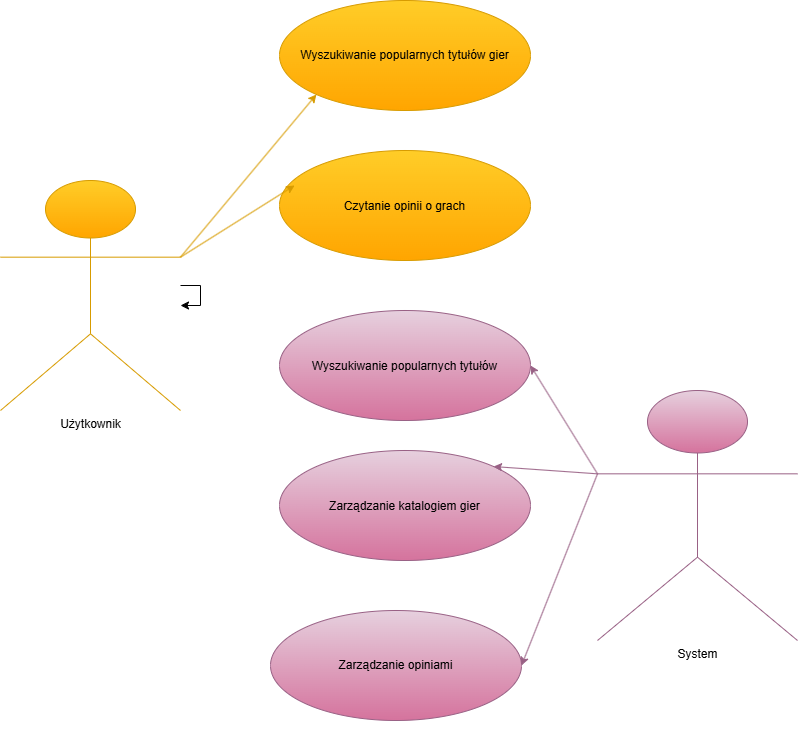
Glurek13/Bartek-wojcik-projekt keeps this draw.io diagram as diagramy/przypadki użycia/GameZone.drawio.png. Above is the earlier version. Source tidied: cells renumbered, new cells last; positions are measured from the earlier drawing's top-left corner, leaving out a move shared by most shapes. Its diagram source:
```xml
<mxGraphModel>
  <root>
    <mxCell id="0" />
    <mxCell id="1" parent="0" />
    <mxCell id="2" value="&lt;div style=&quot;&quot;&gt;&lt;br&gt;&lt;/div&gt;&lt;div style=&quot;&quot;&gt;&lt;br&gt;&lt;/div&gt;&lt;div style=&quot;&quot;&gt;Wyszukiwanie popularnych tytułów gier&lt;/div&gt;" style="ellipse;whiteSpace=wrap;html=1;shapeInside=1;fillColor=#ffcd28;strokeColor=#d79b00;gradientColor=#ffa500;" parent="1" vertex="1">
      <mxGeometry x="279" width="251" height="110" as="geometry" />
    </mxCell>
    <mxCell id="3" value="&lt;div&gt;&lt;br&gt;&lt;/div&gt;&lt;div&gt;&lt;br&gt;&lt;/div&gt;&lt;div&gt;&lt;br&gt;&lt;/div&gt;&lt;div&gt;Czytanie opinii o grach&lt;/div&gt;" style="ellipse;whiteSpace=wrap;html=1;shapeInside=1;fillColor=#ffcd28;gradientColor=#ffa500;strokeColor=#d79b00;" parent="1" vertex="1">
      <mxGeometry x="279" y="150" width="251" height="110" as="geometry" />
    </mxCell>
    <mxCell id="4" value="Wyszukiwanie popularnych tytułów" style="ellipse;whiteSpace=wrap;html=1;shapeInside=1;fillColor=#e6d0de;gradientColor=#d5739d;strokeColor=#996185;" parent="1" vertex="1">
      <mxGeometry x="279" y="310" width="251" height="110" as="geometry" />
    </mxCell>
    <mxCell id="5" value="&lt;div&gt;&lt;br&gt;&lt;/div&gt;&lt;div&gt;&lt;br&gt;&lt;/div&gt;&lt;div&gt;&lt;br&gt;&lt;/div&gt;&lt;div&gt;Zarządzanie katalogiem gier&lt;/div&gt;" style="ellipse;whiteSpace=wrap;html=1;shapeInside=1;fillColor=#e6d0de;gradientColor=#d5739d;strokeColor=#996185;" parent="1" vertex="1">
      <mxGeometry x="279" y="450" width="251" height="110" as="geometry" />
    </mxCell>
    <mxCell id="6" value="&lt;div&gt;&lt;br&gt;&lt;/div&gt;&lt;div&gt;&lt;div&gt;&lt;br&gt;&lt;/div&gt;&lt;div&gt;&lt;br&gt;&lt;/div&gt;&lt;div&gt;&lt;br&gt;&lt;/div&gt;&lt;div&gt;Zarządzanie opiniami&lt;/div&gt;&lt;/div&gt;" style="ellipse;whiteSpace=wrap;html=1;shapeInside=1;fillColor=#e6d0de;gradientColor=#d5739d;strokeColor=#996185;" parent="1" vertex="1">
      <mxGeometry x="270" y="610" width="251" height="110" as="geometry" />
    </mxCell>
    <mxCell id="7" value="Użytkownik" style="shape=umlActor;verticalLabelPosition=bottom;verticalAlign=top;html=1;outlineConnect=0;fillColor=#ffcd28;strokeColor=#d79b00;gradientColor=#ffa500;" parent="1" vertex="1">
      <mxGeometry y="180" width="180" height="230" as="geometry" />
    </mxCell>
    <mxCell id="8" value="System&lt;div&gt;&lt;br&gt;&lt;/div&gt;" style="shape=umlActor;verticalLabelPosition=bottom;verticalAlign=top;html=1;outlineConnect=0;fillColor=#e6d0de;strokeColor=#996185;gradientColor=#d5739d;" parent="1" vertex="1">
      <mxGeometry x="597" y="390" width="200" height="250" as="geometry" />
    </mxCell>
    <mxCell id="9" style="endArrow=classic;html=1;rounded=0;entryX=0;entryY=1;entryDx=0;entryDy=0;exitX=1;exitY=0.3333333333333333;exitDx=0;exitDy=0;exitPerimeter=0;fillColor=#ffcd28;gradientColor=#ffa500;strokeColor=#d79b00;" parent="1" edge="1" source="7" target="2">
      <mxGeometry relative="1" as="geometry" />
    </mxCell>
    <mxCell id="10" style="endArrow=classic;html=1;rounded=0;entryX=0.06;entryY=0.318;entryDx=0;entryDy=0;exitX=1;exitY=0.3333333333333333;exitDx=0;exitDy=0;exitPerimeter=0;entryPerimeter=0;fillColor=#ffcd28;gradientColor=#ffa500;strokeColor=#d79b00;" parent="1" edge="1" source="7" target="3">
      <mxGeometry relative="1" as="geometry" />
    </mxCell>
    <mxCell id="11" style="edgeStyle=orthogonalEdgeStyle;rounded=0;orthogonalLoop=1;jettySize=auto;html=1;innerLoopWaypoints=1;" parent="1" edge="1" source="7" target="7">
      <mxGeometry relative="1" as="geometry" />
    </mxCell>
    <mxCell id="12" style="endArrow=classic;html=1;rounded=0;entryX=1;entryY=0;entryDx=0;entryDy=0;exitX=0;exitY=0.3333333333333333;exitDx=0;exitDy=0;exitPerimeter=0;fillColor=#e6d0de;gradientColor=#d5739d;strokeColor=#996185;" parent="1" edge="1" source="8" target="5">
      <mxGeometry relative="1" as="geometry" />
    </mxCell>
    <mxCell id="13" style="endArrow=classic;html=1;rounded=0;exitX=0;exitY=0.3333333333333333;exitDx=0;exitDy=0;exitPerimeter=0;entryX=1;entryY=0.5;entryDx=0;entryDy=0;fillColor=#e6d0de;gradientColor=#d5739d;strokeColor=#996185;" parent="1" edge="1" source="8" target="6">
      <mxGeometry relative="1" as="geometry" />
    </mxCell>
    <mxCell id="14" style="endArrow=classic;html=1;rounded=0;entryX=1;entryY=0.5;entryDx=0;entryDy=0;exitX=0;exitY=0.3333333333333333;exitDx=0;exitDy=0;exitPerimeter=0;fillColor=#e6d0de;gradientColor=#d5739d;strokeColor=#996185;" parent="1" edge="1" source="8" target="4">
      <mxGeometry relative="1" as="geometry" />
    </mxCell>
  </root>
</mxGraphModel>
```
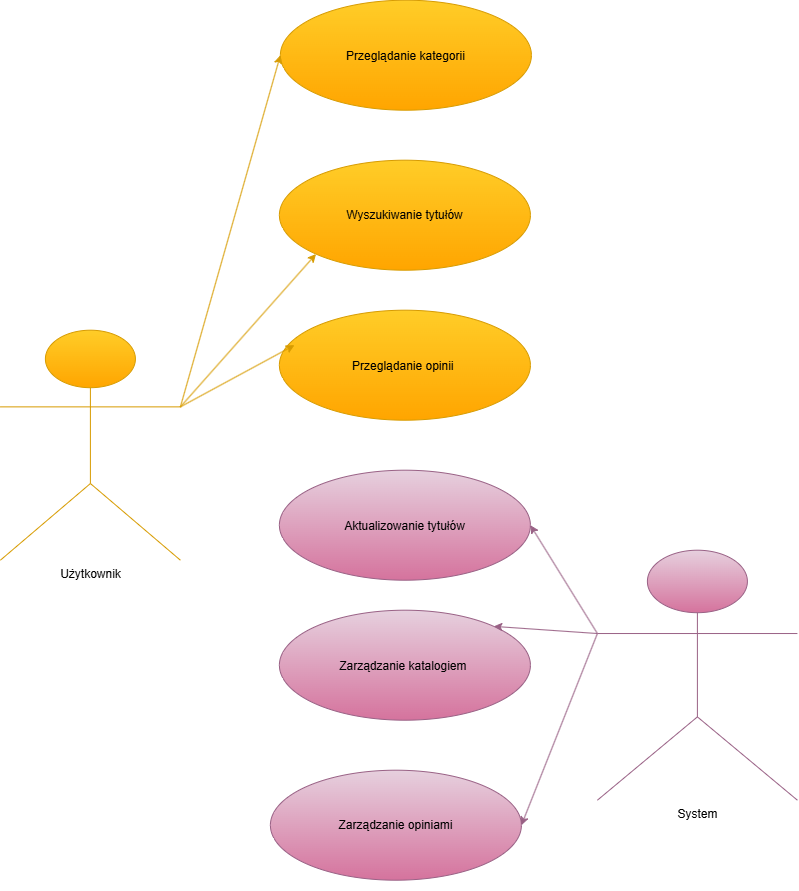
After the change.

Commit message:
poprawiony diagram przypadków użycia

The edit, as a diff of the source:
```diff
@@ -2,23 +2,23 @@
   <root>
     <mxCell id="0" />
     <mxCell id="1" parent="0" />
-    <mxCell id="2" value="&lt;div style=&quot;&quot;&gt;&lt;br&gt;&lt;/div&gt;&lt;div style=&quot;&quot;&gt;&lt;br&gt;&lt;/div&gt;&lt;div style=&quot;&quot;&gt;Wyszukiwanie popularnych tytułów gier&lt;/div&gt;" style="ellipse;whiteSpace=wrap;html=1;shapeInside=1;fillColor=#ffcd28;strokeColor=#d79b00;gradientColor=#ffa500;" parent="1" vertex="1">
+    <mxCell id="2" value="&lt;div style=&quot;&quot;&gt;&lt;br&gt;&lt;/div&gt;&lt;div style=&quot;&quot;&gt;&lt;br&gt;&lt;/div&gt;&lt;div style=&quot;&quot;&gt;Wyszukiwanie tytułów&lt;/div&gt;&lt;div style=&quot;&quot;&gt;&lt;br&gt;&lt;/div&gt;" style="ellipse;whiteSpace=wrap;html=1;shapeInside=1;fillColor=#ffcd28;strokeColor=#d79b00;gradientColor=#ffa500;" parent="1" vertex="1">
       <mxGeometry x="279" width="251" height="110" as="geometry" />
     </mxCell>
-    <mxCell id="3" value="&lt;div&gt;&lt;br&gt;&lt;/div&gt;&lt;div&gt;&lt;br&gt;&lt;/div&gt;&lt;div&gt;&lt;br&gt;&lt;/div&gt;&lt;div&gt;Czytanie opinii o grach&lt;/div&gt;" style="ellipse;whiteSpace=wrap;html=1;shapeInside=1;fillColor=#ffcd28;gradientColor=#ffa500;strokeColor=#d79b00;" parent="1" vertex="1">
+    <mxCell id="3" value="&lt;div&gt;&lt;br&gt;&lt;/div&gt;&lt;div&gt;&lt;br&gt;&lt;/div&gt;&lt;div&gt;&lt;br&gt;&lt;/div&gt;&lt;div&gt;Przeglądanie opinii&amp;nbsp;&lt;/div&gt;" style="ellipse;whiteSpace=wrap;html=1;shapeInside=1;fillColor=#ffcd28;gradientColor=#ffa500;strokeColor=#d79b00;" parent="1" vertex="1">
       <mxGeometry x="279" y="150" width="251" height="110" as="geometry" />
     </mxCell>
-    <mxCell id="4" value="Wyszukiwanie popularnych tytułów" style="ellipse;whiteSpace=wrap;html=1;shapeInside=1;fillColor=#e6d0de;gradientColor=#d5739d;strokeColor=#996185;" parent="1" vertex="1">
+    <mxCell id="4" value="Aktualizowanie tytułów" style="ellipse;whiteSpace=wrap;html=1;shapeInside=1;fillColor=#e6d0de;gradientColor=#d5739d;strokeColor=#996185;" parent="1" vertex="1">
       <mxGeometry x="279" y="310" width="251" height="110" as="geometry" />
     </mxCell>
-    <mxCell id="5" value="&lt;div&gt;&lt;br&gt;&lt;/div&gt;&lt;div&gt;&lt;br&gt;&lt;/div&gt;&lt;div&gt;&lt;br&gt;&lt;/div&gt;&lt;div&gt;Zarządzanie katalogiem gier&lt;/div&gt;" style="ellipse;whiteSpace=wrap;html=1;shapeInside=1;fillColor=#e6d0de;gradientColor=#d5739d;strokeColor=#996185;" parent="1" vertex="1">
+    <mxCell id="5" value="&lt;div&gt;&lt;br&gt;&lt;/div&gt;&lt;div&gt;&lt;br&gt;&lt;/div&gt;&lt;div&gt;&lt;br&gt;&lt;/div&gt;&lt;div&gt;Zarządzanie katalogiem&amp;nbsp;&lt;/div&gt;" style="ellipse;whiteSpace=wrap;html=1;shapeInside=1;fillColor=#e6d0de;gradientColor=#d5739d;strokeColor=#996185;" parent="1" vertex="1">
       <mxGeometry x="279" y="450" width="251" height="110" as="geometry" />
     </mxCell>
     <mxCell id="6" value="&lt;div&gt;&lt;br&gt;&lt;/div&gt;&lt;div&gt;&lt;div&gt;&lt;br&gt;&lt;/div&gt;&lt;div&gt;&lt;br&gt;&lt;/div&gt;&lt;div&gt;&lt;br&gt;&lt;/div&gt;&lt;div&gt;Zarządzanie opiniami&lt;/div&gt;&lt;/div&gt;" style="ellipse;whiteSpace=wrap;html=1;shapeInside=1;fillColor=#e6d0de;gradientColor=#d5739d;strokeColor=#996185;" parent="1" vertex="1">
       <mxGeometry x="270" y="610" width="251" height="110" as="geometry" />
     </mxCell>
     <mxCell id="7" value="Użytkownik" style="shape=umlActor;verticalLabelPosition=bottom;verticalAlign=top;html=1;outlineConnect=0;fillColor=#ffcd28;strokeColor=#d79b00;gradientColor=#ffa500;" parent="1" vertex="1">
-      <mxGeometry y="180" width="180" height="230" as="geometry" />
+      <mxGeometry y="170" width="180" height="230" as="geometry" />
     </mxCell>
     <mxCell id="8" value="System&lt;div&gt;&lt;br&gt;&lt;/div&gt;" style="shape=umlActor;verticalLabelPosition=bottom;verticalAlign=top;html=1;outlineConnect=0;fillColor=#e6d0de;strokeColor=#996185;gradientColor=#d5739d;" parent="1" vertex="1">
       <mxGeometry x="597" y="390" width="200" height="250" as="geometry" />
@@ -29,9 +29,6 @@
     <mxCell id="10" style="endArrow=classic;html=1;rounded=0;entryX=0.06;entryY=0.318;entryDx=0;entryDy=0;exitX=1;exitY=0.3333333333333333;exitDx=0;exitDy=0;exitPerimeter=0;entryPerimeter=0;fillColor=#ffcd28;gradientColor=#ffa500;strokeColor=#d79b00;" parent="1" edge="1" source="7" target="3">
       <mxGeometry relative="1" as="geometry" />
     </mxCell>
-    <mxCell id="11" style="edgeStyle=orthogonalEdgeStyle;rounded=0;orthogonalLoop=1;jettySize=auto;html=1;innerLoopWaypoints=1;" parent="1" edge="1" source="7" target="7">
-      <mxGeometry relative="1" as="geometry" />
-    </mxCell>
     <mxCell id="12" style="endArrow=classic;html=1;rounded=0;entryX=1;entryY=0;entryDx=0;entryDy=0;exitX=0;exitY=0.3333333333333333;exitDx=0;exitDy=0;exitPerimeter=0;fillColor=#e6d0de;gradientColor=#d5739d;strokeColor=#996185;" parent="1" edge="1" source="8" target="5">
       <mxGeometry relative="1" as="geometry" />
     </mxCell>
@@ -41,5 +38,11 @@
     <mxCell id="14" style="endArrow=classic;html=1;rounded=0;entryX=1;entryY=0.5;entryDx=0;entryDy=0;exitX=0;exitY=0.3333333333333333;exitDx=0;exitDy=0;exitPerimeter=0;fillColor=#e6d0de;gradientColor=#d5739d;strokeColor=#996185;" parent="1" edge="1" source="8" target="4">
       <mxGeometry relative="1" as="geometry" />
     </mxCell>
+    <mxCell id="15" value="Przeglądanie kategorii" style="ellipse;whiteSpace=wrap;html=1;shapeInside=1;fillColor=#ffcd28;strokeColor=#d79b00;gradientColor=#ffa500;" parent="1" vertex="1">
+      <mxGeometry x="280" y="-160" width="251" height="110" as="geometry" />
+    </mxCell>
+    <mxCell id="16" style="endArrow=classic;html=1;rounded=0;entryX=0;entryY=0.5;entryDx=0;entryDy=0;exitX=1;exitY=0.3333333333333333;exitDx=0;exitDy=0;exitPerimeter=0;fillColor=#ffcd28;gradientColor=#ffa500;strokeColor=#d79b00;" parent="1" edge="1" source="7" target="15">
+      <mxGeometry relative="1" as="geometry" />
+    </mxCell>
   </root>
 </mxGraphModel>
```
